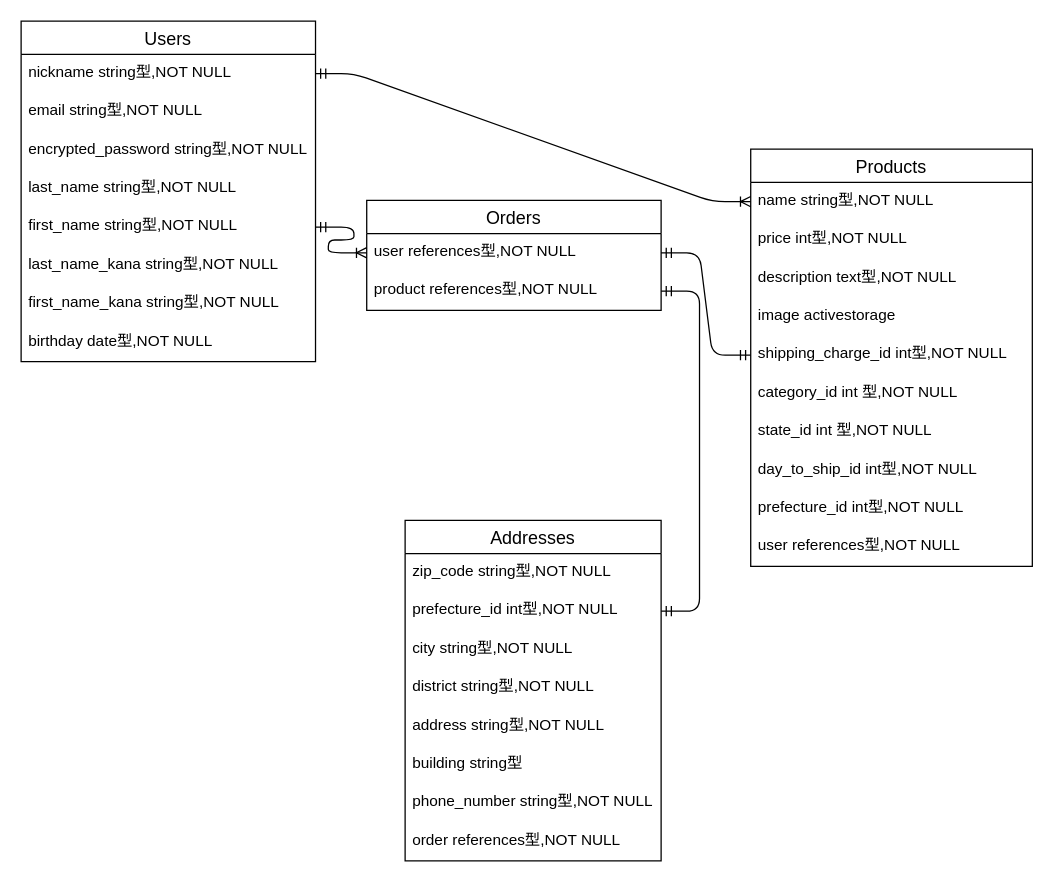
Above: Relationship.dio in yasfu/furima-35595 (draw.io), before the change. Source tidied: cells renumbered, new cells numbered last; positions are measured from the earlier drawing's top-left corner, leaving out a move shared by most shapes. Both pictures are drawn from the tidied source at 128%, with x=0, y=0 at pixel (20, 20).
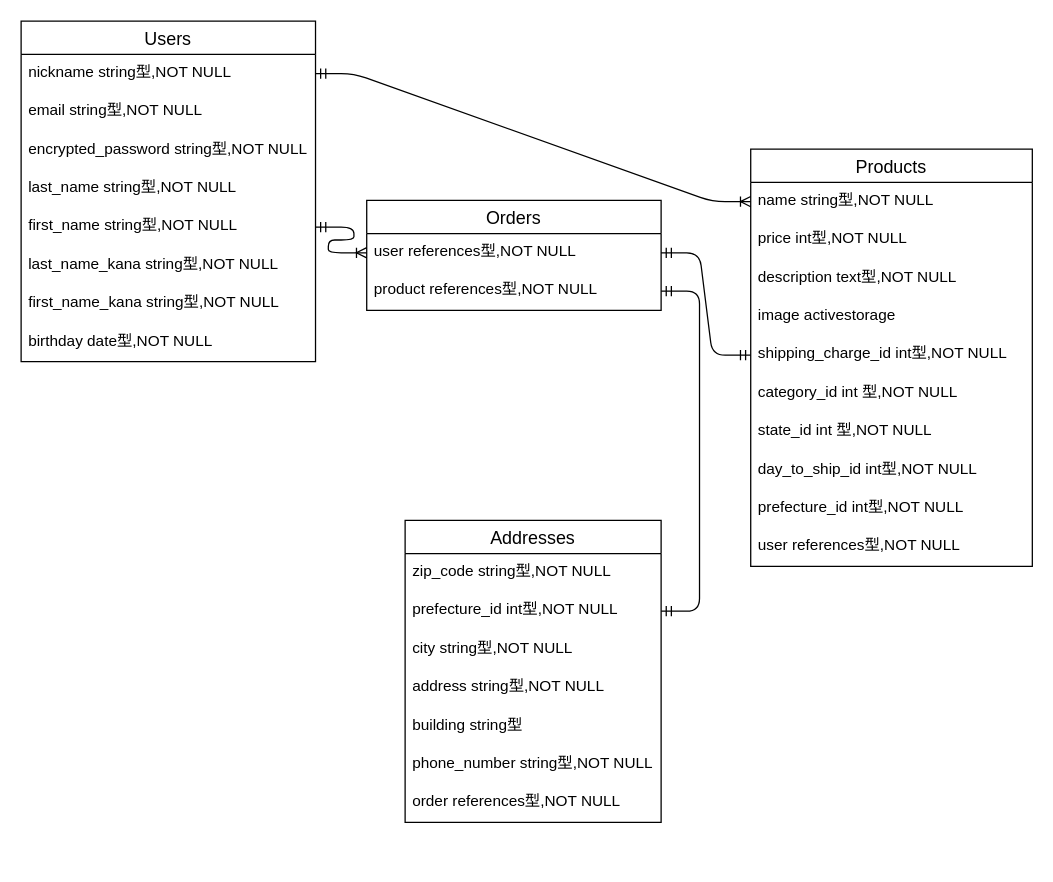
The same page after the edit.

Change to the diagram source:
```diff
@@
     <mxCell id="11" value="Addresses" style="swimlane;fontStyle=0;horizontal=1;startSize=26;align=center;fontSize=14;" parent="1" vertex="1">
-      <mxGeometry x="300" y="390" width="200" height="266" as="geometry" />
+      <mxGeometry x="300" y="390" width="200" height="236" as="geometry" />
     </mxCell>
@@
-    <mxCell id="15" value="district string型,NOT NULL" style="text;strokeColor=none;fillColor=none;spacingLeft=4;spacingRight=4;overflow=hidden;fontSize=12;" parent="11" vertex="1">
-      <mxGeometry y="116" width="200" height="30" as="geometry" />
-    </mxCell>
     <mxCell id="16" value="address string型,NOT NULL" style="text;strokeColor=none;fillColor=none;spacingLeft=4;spacingRight=4;overflow=hidden;fontSize=12;" parent="11" vertex="1">
-      <mxGeometry y="146" width="200" height="30" as="geometry" />
+      <mxGeometry y="116" width="200" height="30" as="geometry" />
     </mxCell>
     <mxCell id="17" value="building string型" style="text;strokeColor=none;fillColor=none;spacingLeft=4;spacingRight=4;overflow=hidden;fontSize=12;" parent="11" vertex="1">
-      <mxGeometry y="176" width="200" height="30" as="geometry" />
+      <mxGeometry y="146" width="200" height="30" as="geometry" />
     </mxCell>
     <mxCell id="18" value="phone_number string型,NOT NULL" style="text;strokeColor=none;fillColor=none;spacingLeft=4;spacingRight=4;overflow=hidden;fontSize=12;" parent="11" vertex="1">
-      <mxGeometry y="206" width="200" height="30" as="geometry" />
+      <mxGeometry y="176" width="200" height="30" as="geometry" />
     </mxCell>
     <mxCell id="19" value="order references型,NOT NULL" style="text;strokeColor=none;fillColor=none;spacingLeft=4;spacingRight=4;overflow=hidden;fontSize=12;" parent="11" vertex="1">
-      <mxGeometry y="236" width="200" height="30" as="geometry" />
+      <mxGeometry y="206" width="200" height="30" as="geometry" />
     </mxCell>
```
